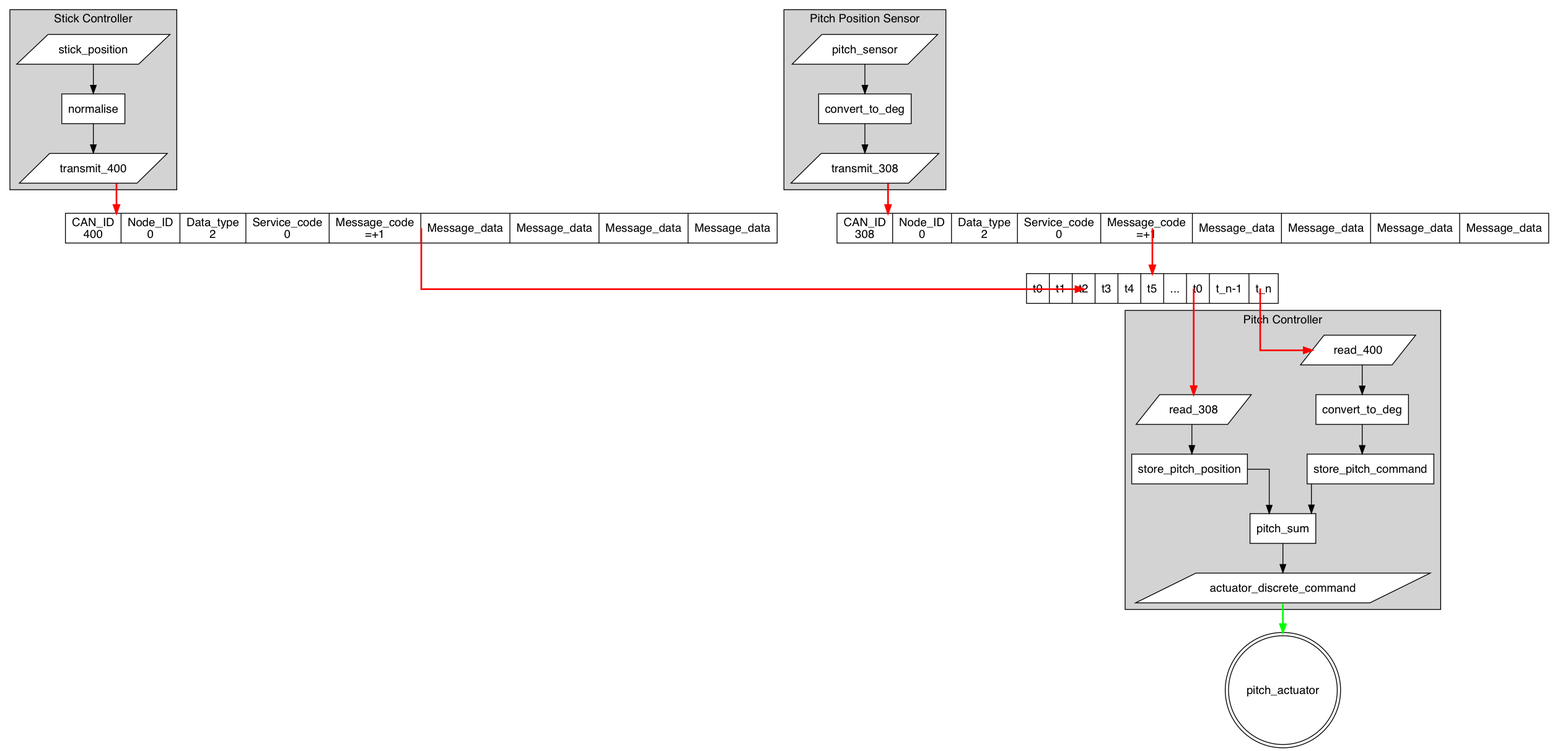
gavinedwards/openFCS keeps this Graphviz diagram as pitch_control.png. Above is the earlier version. Its source is kept beside it as pitch_control.gv. Its diagram source:
```dot
digraph Pitch {

  fontname=Helvetica;
  graph [splines=ortho, nodesep=1]
  node [style=filled,fillcolor=white,color=black,fontname=Helvetica];


  stick_position [shape="parallelogram"];
  pitch_sensor [shape="parallelogram"];
  transmit_308 [shape="parallelogram"];
  read_308 [shape="parallelogram"];
  transmit_400 [shape="parallelogram"];
  read_400 [shape="parallelogram"];
  actuator_discrete_command [shape="parallelogram"];


  normalise_pitch_position [shape="box",label="normalise"];
  convert_400_to_deg [shape="box",label="convert_to_deg"];
  convert_308_to_deg [shape="box",label="convert_to_deg"];
  store_pitch_command [shape="box"];
  store_pitch_position [shape="box"];
  pitch_sum [shape="box"];


  pitch_actuator [shape=doublecircle];

  subgraph clusterStick_Controller {
    label = "Stick Controller";
    style=filled;
    fillcolor=lightgrey;
    color=black;
    stick_position -> normalise_pitch_position -> transmit_400;
  }

  subgraph clusterPitch_Controller {
    label = "Pitch Controller";
    style=filled;
    fillcolor=lightgrey;
    color=black;
    read_400 -> convert_400_to_deg -> store_pitch_command;
    read_308 -> store_pitch_position;
    store_pitch_command -> pitch_sum;
    store_pitch_position -> pitch_sum;
    pitch_sum -> actuator_discrete_command;
  }

  subgraph clusterPitch_Sensor {
    label = "Pitch Position Sensor";
    style=filled;
    fillcolor=lightgrey;
    color=black;
    pitch_sensor -> convert_308_to_deg -> transmit_308;
  }

  actuator_discrete_command -> pitch_actuator [style=bold,color=green]


  308 [shape=record,label="<f0> CAN_ID\n308|<f1> Node_ID\n0|<f2> Data_type\n2|<f3> Service_code\n0|<f4> Message_code\n=+1|<f5> Message_data|<f6> Message_data|<f7> Message_data|<f8> Message_data"];
  400 [shape=record,label="<f0> CAN_ID\n400|<f1> Node_ID\n0|<f2> Data_type\n2|<f3> Service_code\n0|<f4> Message_code\n=+1|<f5> Message_data|<f6> Message_data|<f7> Message_data|<f8> Message_data"];

  CANbus [shape=record,label="<f0> t0|<f1> t1|<f2> t2|<f3> t3|<f4> t4|<f5> t5|<f6> ...|<f7> t0|<f8> t_n-1|<f9> t_n"];

  transmit_400 -> 400:f0 [style=bold,color=red];
  400:f8 -> CANbus:f2:n [style=bold,color=red];
  transmit_308 -> 308:f0 [style=bold,color=red];
  308:f8 -> CANbus:f5:n [style=bold,color=red];

  CANbus:f9:e -> read_308 [style=bold,color=red];
  CANbus:f9:e -> read_400 [style=bold,color=red];

}
```
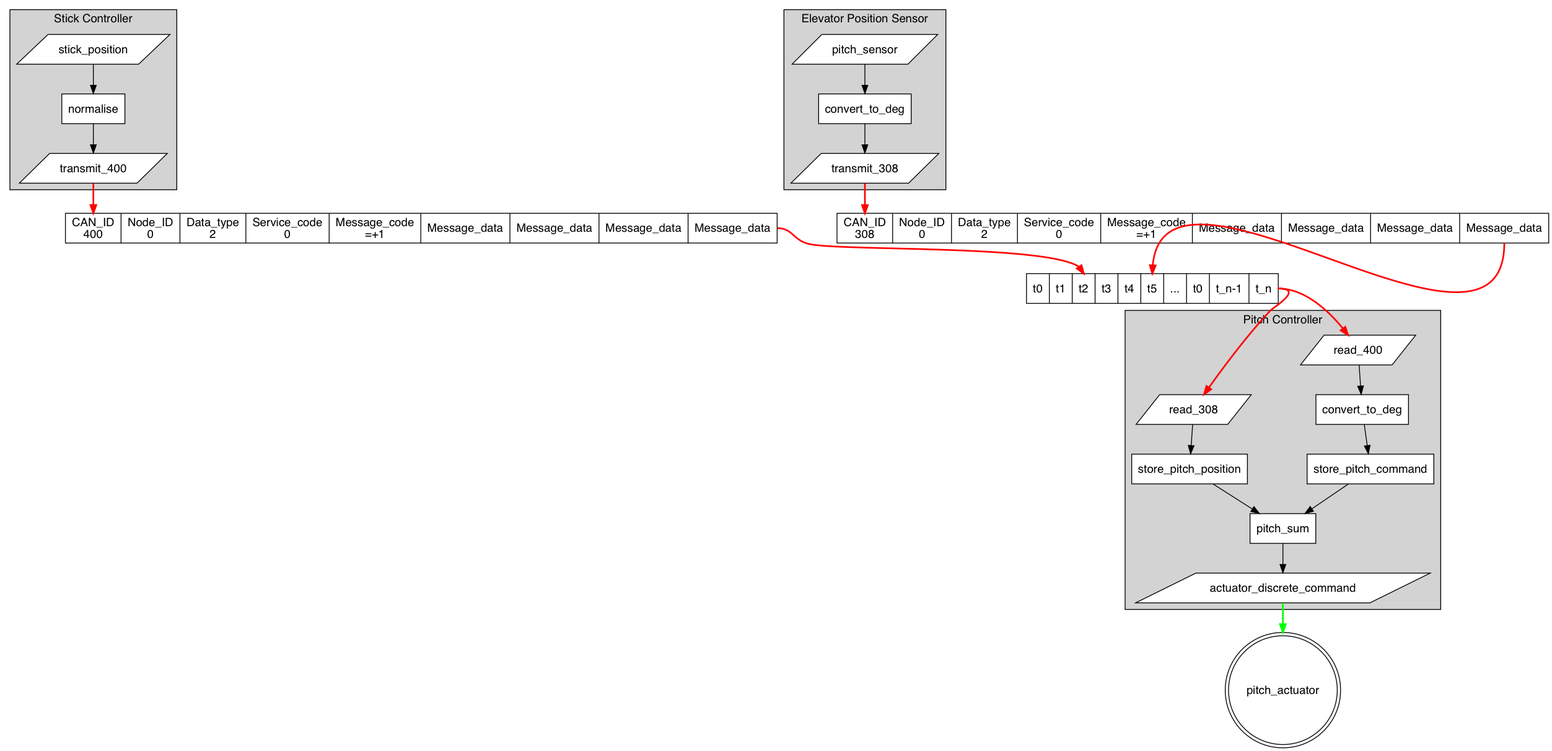
The same diagram one commit later.

Change to the diagram source:
```diff
@@ -1,7 +1,7 @@
 digraph Pitch {
 
   fontname=Helvetica;
-  graph [splines=ortho, nodesep=1]
+  graph [nodesep=1]
   node [style=filled,fillcolor=white,color=black,fontname=Helvetica];
 
 
@@ -44,8 +44,8 @@
     pitch_sum -> actuator_discrete_command;
   }
 
-  subgraph clusterPitch_Sensor {
-    label = "Pitch Position Sensor";
+  subgraph clusterElevator_Sensor {
+    label = "Elevator Position Sensor";
     style=filled;
     fillcolor=lightgrey;
     color=black;
```
